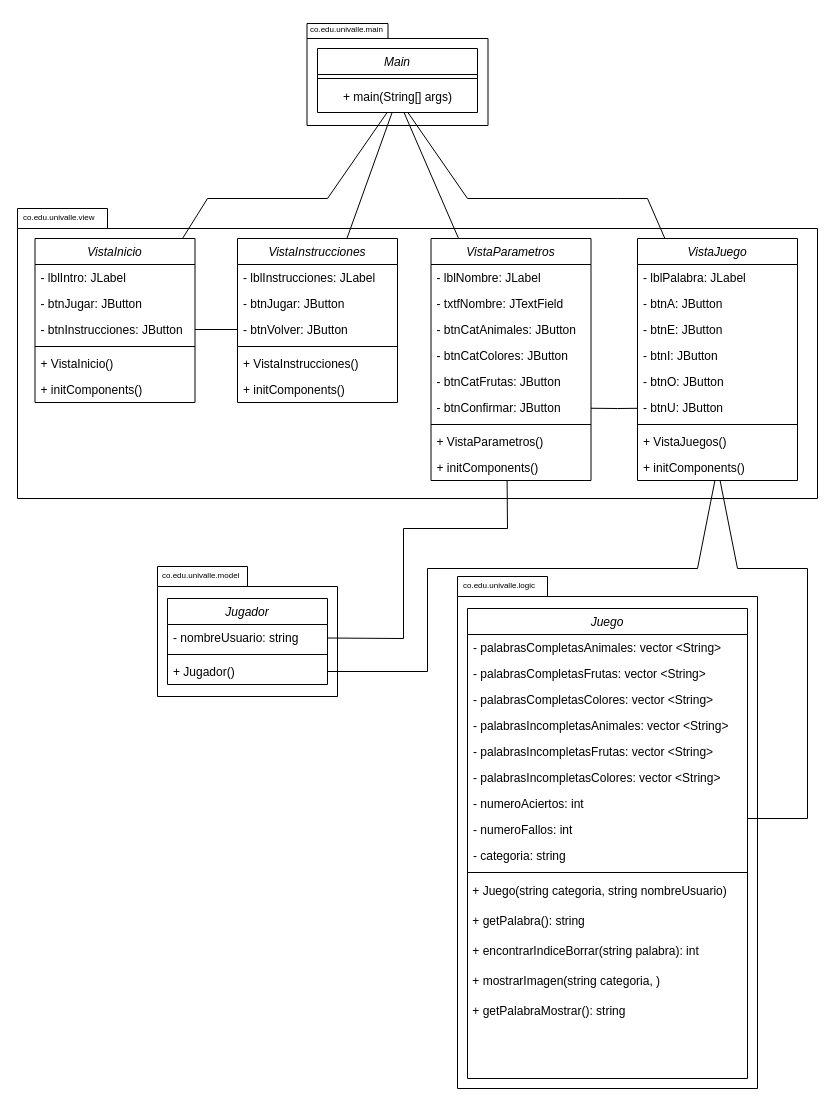
This is Diagrama de Clases MiniProyecto1.drawio from puyojulian/MiniProyecto1FPOE, a draw.io file, before an edit. Source tidied: cells renumbered, new cells numbered last; positions are measured from the earlier drawing's top-left corner, leaving out a move shared by most shapes. Both pictures are drawn from the tidied source at 100%, with x=0, y=0 at pixel (17, 17).
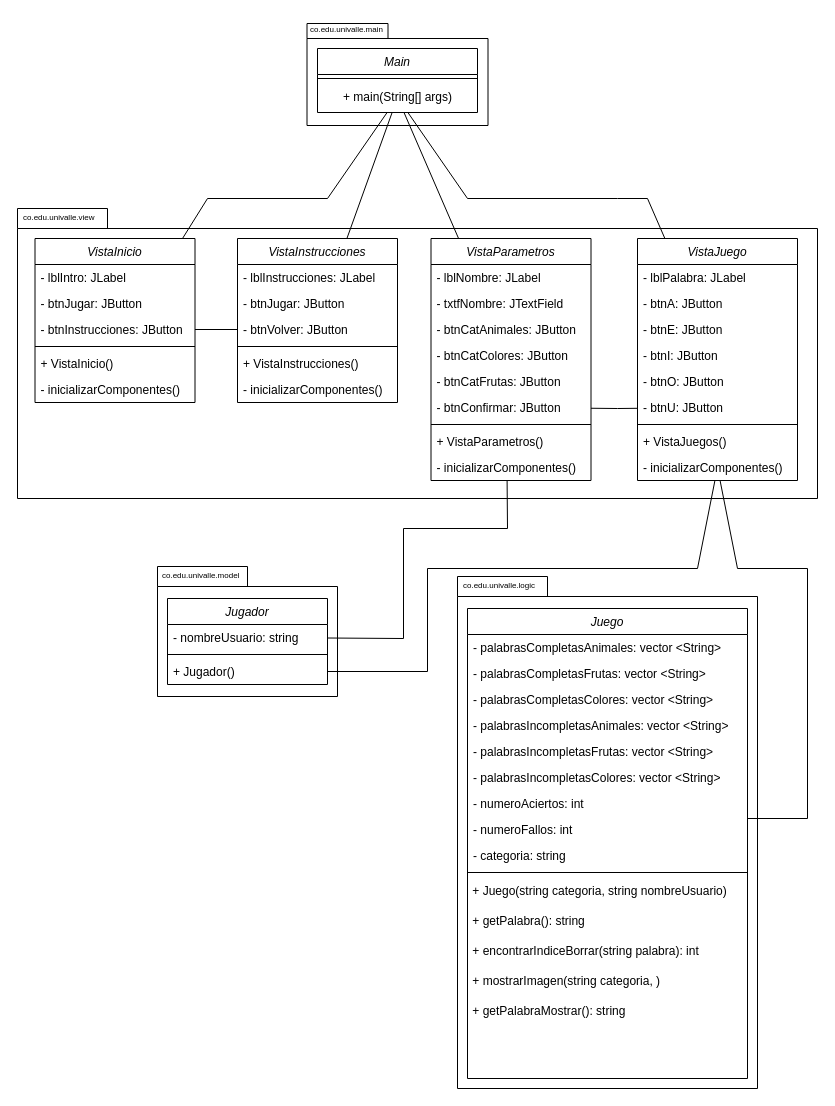
The same diagram, later.

Commit message:
cambio de nombre método initComponents() a inicializarComponentes()

The change refers to these unchanged cells:
```xml
<mxCell id="13" value="VistaInstrucciones" style="swimlane;fontStyle=2;align=center;verticalAlign=top;horizontal=1;startSize=26;rounded=0;shadow=0;strokeWidth=1;" parent="1" vertex="1">
  <mxGeometry x="220" y="221" width="160" height="164" as="geometry" />
</mxCell>
<mxCell id="36" value="VistaInicio" style="swimlane;fontStyle=2;align=center;verticalAlign=top;horizontal=1;startSize=26;rounded=0;shadow=0;strokeWidth=1;" parent="1" vertex="1">
  <mxGeometry x="17.5" y="221" width="160" height="164" as="geometry" />
</mxCell>
<mxCell id="43" value="VistaParametros" style="swimlane;fontStyle=2;align=center;verticalAlign=top;horizontal=1;startSize=26;rounded=0;shadow=0;strokeWidth=1;" parent="1" vertex="1">
  <mxGeometry x="413.5" y="221" width="160" height="242" as="geometry" />
</mxCell>
<mxCell id="57" value="VistaJuego" style="swimlane;fontStyle=2;align=center;verticalAlign=top;horizontal=1;startSize=26;rounded=0;shadow=0;strokeWidth=1;" parent="1" vertex="1">
  <mxGeometry x="620" y="221" width="160" height="242" as="geometry" />
</mxCell>
```

What changed in the source:
```diff
@@
-    <mxCell id="19" value="+ initComponents()" style="text;align=left;verticalAlign=top;spacingLeft=4;spacingRight=4;overflow=hidden;" parent="13" vertex="1">
+    <mxCell id="19" value="- inicializarComponentes()" style="text;align=left;verticalAlign=top;spacingLeft=4;spacingRight=4;overflow=hidden;" parent="13" vertex="1">
       <mxGeometry y="138" width="160" height="26" as="geometry" />
     </mxCell>
@@
-    <mxCell id="42" value="+ initComponents()" style="text;align=left;verticalAlign=top;spacingLeft=4;spacingRight=4;overflow=hidden;" parent="36" vertex="1">
+    <mxCell id="42" value="- inicializarComponentes()" style="text;align=left;verticalAlign=top;spacingLeft=4;spacingRight=4;overflow=hidden;" parent="36" vertex="1">
       <mxGeometry y="138" width="160" height="26" as="geometry" />
     </mxCell>
@@
-    <mxCell id="52" value="+ initComponents()" style="text;align=left;verticalAlign=top;spacingLeft=4;spacingRight=4;overflow=hidden;" parent="43" vertex="1">
+    <mxCell id="52" value="- inicializarComponentes()" style="text;align=left;verticalAlign=top;spacingLeft=4;spacingRight=4;overflow=hidden;" parent="43" vertex="1">
       <mxGeometry y="216" width="160" height="26" as="geometry" />
     </mxCell>
@@
-    <mxCell id="66" value="+ initComponents()" style="text;align=left;verticalAlign=top;spacingLeft=4;spacingRight=4;overflow=hidden;points=[[0,0.5],[1,0.5]];portConstraint=eastwest;" parent="57" vertex="1">
+    <mxCell id="66" value="- inicializarComponentes()" style="text;align=left;verticalAlign=top;spacingLeft=4;spacingRight=4;overflow=hidden;points=[[0,0.5],[1,0.5]];portConstraint=eastwest;" parent="57" vertex="1">
       <mxGeometry y="216" width="160" height="26" as="geometry" />
     </mxCell>
```
